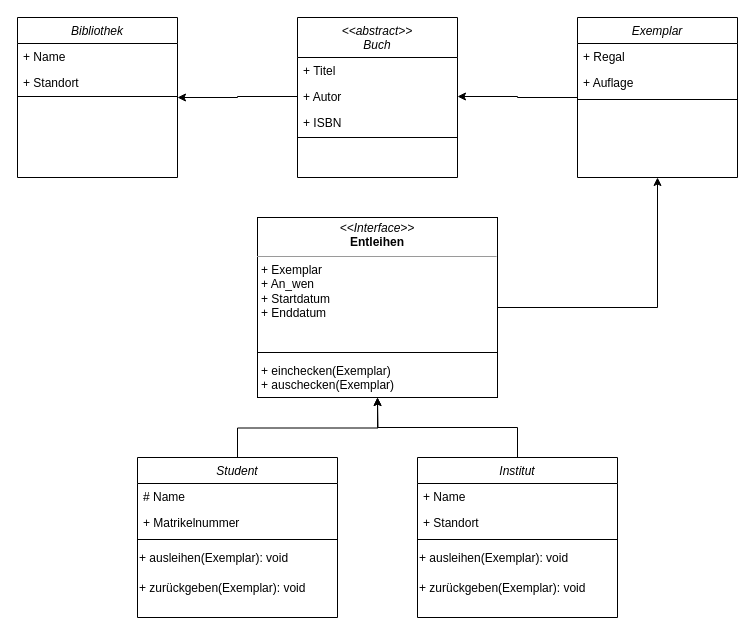
R4Tobi/modellierung keeps this draw.io diagram as 01-05 ER, XML und Klassendiagramm/Aufgabe03/Aufgabe03.drawio. Above is the earlier version. Source tidied: cells renumbered, new cells numbered last; positions are measured from the earlier drawing's top-left corner, leaving out a move shared by most shapes. Both pictures are drawn from the tidied source at 100%, with x=0, y=0 at pixel (17, 17).
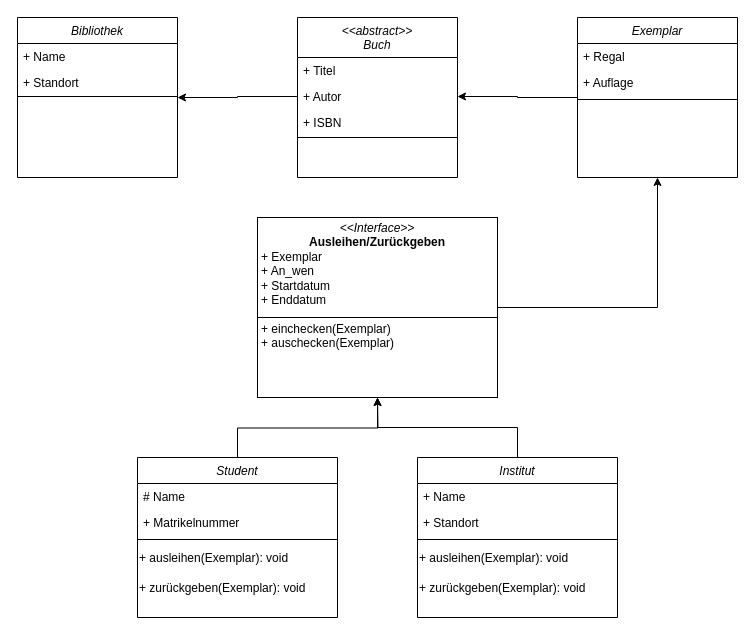
Above is the later version.

What changed in the source:
```diff
@@
-    <mxCell id="31" value="&lt;p style=&quot;margin:0px;margin-top:4px;text-align:center;&quot;&gt;&lt;i&gt;&amp;lt;&amp;lt;Interface&amp;gt;&amp;gt;&lt;/i&gt;&lt;br&gt;&lt;b&gt;Entleihen&lt;/b&gt;&lt;/p&gt;&lt;hr size=&quot;1&quot;&gt;&lt;p style=&quot;margin:0px;margin-left:4px;&quot;&gt;+ Exemplar&lt;br&gt;+ An_wen&lt;/p&gt;&lt;p style=&quot;margin:0px;margin-left:4px;&quot;&gt;+ Startdatum&lt;/p&gt;&lt;p style=&quot;margin:0px;margin-left:4px;&quot;&gt;+ Enddatum&lt;/p&gt;&lt;p style=&quot;margin:0px;margin-left:4px;&quot;&gt;&lt;span style=&quot;background-color: initial;&quot;&gt;&lt;br&gt;&lt;/span&gt;&lt;/p&gt;&lt;p style=&quot;margin:0px;margin-left:4px;&quot;&gt;&lt;span style=&quot;background-color: initial;&quot;&gt;&lt;br&gt;&lt;/span&gt;&lt;/p&gt;&lt;p style=&quot;margin:0px;margin-left:4px;&quot;&gt;&lt;span style=&quot;background-color: initial;&quot;&gt;&lt;br&gt;&lt;/span&gt;&lt;/p&gt;&lt;p style=&quot;margin:0px;margin-left:4px;&quot;&gt;&lt;span style=&quot;background-color: initial;&quot;&gt;+ einchecken(Exemplar)&lt;/span&gt;&lt;/p&gt;&lt;p style=&quot;margin:0px;margin-left:4px;&quot;&gt;+ auschecken(Exemplar)&lt;/p&gt;" style="verticalAlign=top;align=left;overflow=fill;html=1;whiteSpace=wrap;" parent="1" vertex="1">
+    <mxCell id="31" value="&lt;p style=&quot;margin:0px;margin-top:4px;text-align:center;&quot;&gt;&lt;i&gt;&amp;lt;&amp;lt;Interface&amp;gt;&amp;gt;&lt;/i&gt;&lt;br&gt;&lt;b&gt;Ausleihen/Zurückgeben&lt;/b&gt;&lt;/p&gt;&lt;p style=&quot;margin:0px;margin-left:4px;&quot;&gt;+ Exemplar&lt;br&gt;+ An_wen&lt;/p&gt;&lt;p style=&quot;margin:0px;margin-left:4px;&quot;&gt;+ Startdatum&lt;/p&gt;&lt;p style=&quot;margin:0px;margin-left:4px;&quot;&gt;+ Enddatum&lt;/p&gt;&lt;p style=&quot;margin:0px;margin-left:4px;&quot;&gt;&lt;span style=&quot;background-color: initial;&quot;&gt;&lt;br&gt;&lt;/span&gt;&lt;/p&gt;&lt;p style=&quot;margin:0px;margin-left:4px;&quot;&gt;&lt;span style=&quot;background-color: initial;&quot;&gt;+ einchecken(Exemplar)&lt;/span&gt;&lt;/p&gt;&lt;p style=&quot;margin:0px;margin-left:4px;&quot;&gt;+ auschecken(Exemplar)&lt;/p&gt;" style="verticalAlign=top;align=left;overflow=fill;html=1;whiteSpace=wrap;" parent="1" vertex="1">
       <mxGeometry x="240" y="200" width="240" height="180" as="geometry" />
     </mxCell>
@@
-    <mxCell id="33" style="endArrow=none;html=1;rounded=0;entryX=0;entryY=0.75;entryDx=0;entryDy=0;exitX=1;exitY=0.75;exitDx=0;exitDy=0;" parent="1" edge="1" source="31" target="31">
-      <mxGeometry relative="1" as="geometry" />
+    <mxCell id="33" style="endArrow=none;html=1;rounded=0;entryX=0;entryY=0.75;entryDx=0;entryDy=0;exitX=1;exitY=0.75;exitDx=0;exitDy=0;" parent="1" edge="1">
+      <mxGeometry relative="1" as="geometry">
+        <mxPoint x="480" y="300" as="sourcePoint" />
+        <mxPoint x="240" y="300" as="targetPoint" />
+      </mxGeometry>
     </mxCell>
```
